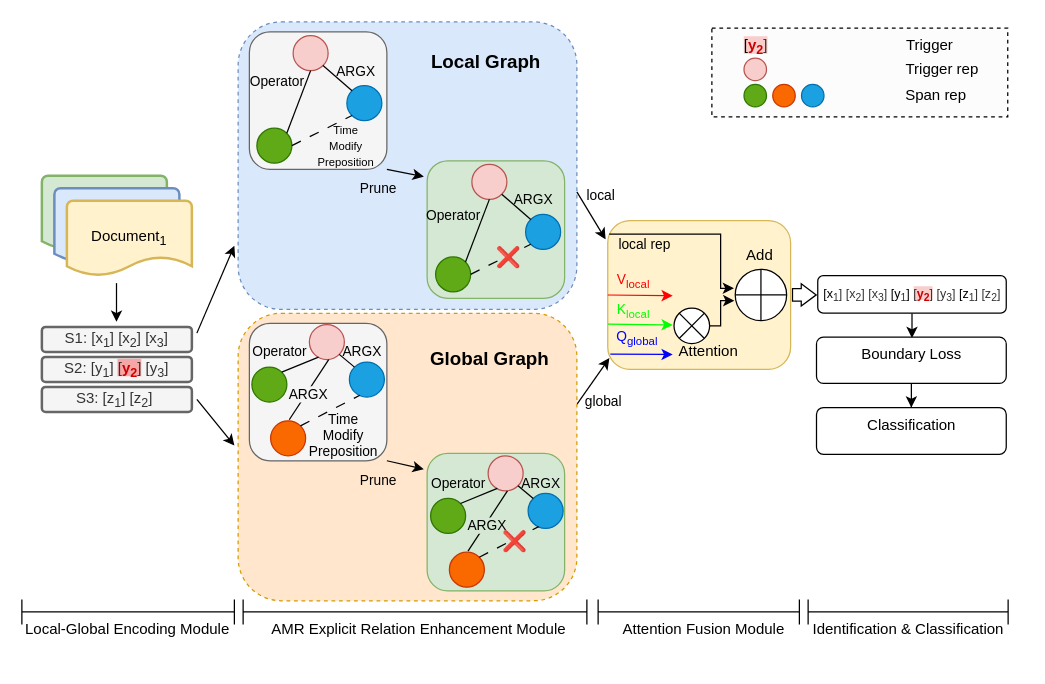
crawlerWPS/drawing keeps this draw.io diagram as model-中文版.drawio. Above is the earlier version. Source tidied: cells renumbered, new cells numbered last; positions are measured from the earlier drawing's top-left corner, leaving out a move shared by most shapes. Both pictures are drawn from the tidied source at 125%, with x=0, y=0 at pixel (21, 21).
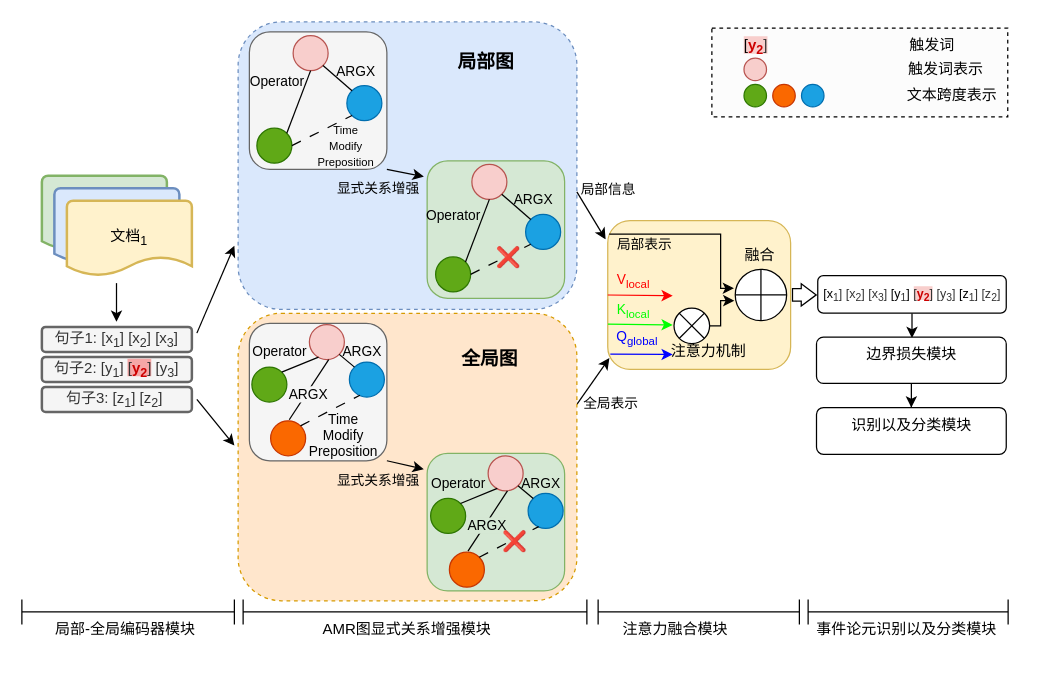
The same page after the edit.

Commit message (it also covers changes not shown here):
更新model-中文版.drawio

The change refers to these unchanged cells:
```xml
<mxCell id="10" style="edgeStyle=none;orthogonalLoop=1;jettySize=auto;html=1;rounded=0;" parent="1" edge="1">
  <mxGeometry relative="1" as="geometry">
    <mxPoint x="444" y="306" as="sourcePoint" />
    <mxPoint x="470" y="269" as="targetPoint" />
  </mxGeometry>
</mxCell>
<mxCell id="12" style="edgeStyle=none;orthogonalLoop=1;jettySize=auto;html=1;rounded=0;" parent="1" edge="1">
  <mxGeometry relative="1" as="geometry">
    <mxPoint x="444" y="136" as="sourcePoint" />
    <mxPoint x="467" y="174" as="targetPoint" />
  </mxGeometry>
</mxCell>
<mxCell id="17" style="edgeStyle=none;jettySize=auto;html=1;rounded=0;entryX=-0.024;entryY=0.115;entryDx=0;entryDy=0;entryPerimeter=0;exitX=1;exitY=1;exitDx=0;exitDy=0;" parent="1" edge="1" source="3" target="16">
  <mxGeometry relative="1" as="geometry" />
</mxCell>
<mxCell id="48" style="endArrow=classic;html=1;rounded=0;edgeStyle=orthogonalEdgeStyle;exitX=0.008;exitY=0.091;exitDx=0;exitDy=0;exitPerimeter=0;" parent="1" edge="1" source="43">
  <mxGeometry relative="1" as="geometry">
    <mxPoint x="569.7" y="213.1" as="targetPoint" />
    <Array as="points">
      <mxPoint x="559" y="170" />
      <mxPoint x="559" y="213" />
    </Array>
  </mxGeometry>
</mxCell>
<mxCell id="71" style="edgeStyle=none;jettySize=auto;html=1;rounded=0;entryX=-0.024;entryY=0.115;entryDx=0;entryDy=0;entryPerimeter=0;exitX=1;exitY=1;exitDx=0;exitDy=0;" parent="1" edge="1" source="69" target="70">
  <mxGeometry relative="1" as="geometry" />
</mxCell>
```

What changed in the source:
```diff
@@
-    <mxCell id="6" value="Document&lt;sub&gt;1&lt;/sub&gt;" style="strokeWidth=2;html=1;shape=mxgraph.flowchart.document2;whiteSpace=wrap;size=0.25;fillColor=#fff2cc;strokeColor=#d6b656;" parent="1" vertex="1">
+    <mxCell id="6" value="文档&lt;sub&gt;1&lt;/sub&gt;" style="strokeWidth=2;html=1;shape=mxgraph.flowchart.document2;whiteSpace=wrap;size=0.25;fillColor=#fff2cc;strokeColor=#d6b656;" parent="1" vertex="1">
       <mxGeometry x="36" y="143" width="100" height="60" as="geometry" />
     </mxCell>
-    <mxCell id="7" value="S1: [x&lt;sub&gt;1&lt;/sub&gt;] [x&lt;sub&gt;2&lt;/sub&gt;] [x&lt;sub&gt;3&lt;/sub&gt;]" style="rounded=1;whiteSpace=wrap;html=1;strokeWidth=2;fillColor=#f5f5f5;fontColor=#333333;strokeColor=#666666;" parent="1" vertex="1">
+    <mxCell id="7" value="句子1: [x&lt;sub&gt;1&lt;/sub&gt;] [x&lt;sub&gt;2&lt;/sub&gt;] [x&lt;sub&gt;3&lt;/sub&gt;]" style="rounded=1;whiteSpace=wrap;html=1;strokeWidth=2;fillColor=#f5f5f5;fontColor=#333333;strokeColor=#666666;" parent="1" vertex="1">
       <mxGeometry x="16" y="244" width="120" height="20" as="geometry" />
     </mxCell>
-    <mxCell id="8" value="S2: [y&lt;sub&gt;1&lt;/sub&gt;] &lt;span style=&quot;background-color: rgb(245, 167, 167);&quot;&gt;[&lt;font style=&quot;&quot; color=&quot;#cc0000&quot;&gt;&lt;b&gt;y&lt;sub&gt;2&lt;/sub&gt;&lt;/b&gt;&lt;/font&gt;]&lt;/span&gt; [y&lt;sub&gt;3&lt;/sub&gt;]" style="rounded=1;whiteSpace=wrap;html=1;strokeWidth=2;fillColor=#f5f5f5;fontColor=#333333;strokeColor=#666666;" parent="1" vertex="1">
+    <mxCell id="8" value="句子2: [y&lt;sub&gt;1&lt;/sub&gt;] &lt;span style=&quot;background-color: rgb(245, 167, 167);&quot;&gt;[&lt;font style=&quot;&quot; color=&quot;#cc0000&quot;&gt;&lt;b&gt;y&lt;sub&gt;2&lt;/sub&gt;&lt;/b&gt;&lt;/font&gt;]&lt;/span&gt; [y&lt;sub&gt;3&lt;/sub&gt;]" style="rounded=1;whiteSpace=wrap;html=1;strokeWidth=2;fillColor=#f5f5f5;fontColor=#333333;strokeColor=#666666;" parent="1" vertex="1">
       <mxGeometry x="16" y="268" width="120" height="20" as="geometry" />
     </mxCell>
-    <mxCell id="9" value="S3: [z&lt;sub&gt;1&lt;/sub&gt;] [z&lt;sub&gt;2&lt;/sub&gt;]&amp;nbsp;" style="rounded=1;whiteSpace=wrap;html=1;strokeWidth=2;fillColor=#f5f5f5;fontColor=#333333;strokeColor=#666666;" parent="1" vertex="1">
+    <mxCell id="9" value="句子3: [z&lt;sub&gt;1&lt;/sub&gt;] [z&lt;sub&gt;2&lt;/sub&gt;]&amp;nbsp;" style="rounded=1;whiteSpace=wrap;html=1;strokeWidth=2;fillColor=#f5f5f5;fontColor=#333333;strokeColor=#666666;" parent="1" vertex="1">
       <mxGeometry x="16" y="292" width="120" height="20" as="geometry" />
     </mxCell>
@@
-    <mxCell id="11" value="global" style="edgeLabel;html=1;align=center;verticalAlign=middle;labelBackgroundColor=none;" parent="10" vertex="1">
+    <mxCell id="11" value="全局表示" style="edgeLabel;html=1;align=center;verticalAlign=middle;labelBackgroundColor=none;" parent="10" vertex="1">
       <mxGeometry x="-0.25" y="2" relative="1" as="geometry">
-        <mxPoint x="12" y="13" as="offset" />
+        <mxPoint x="18" y="14" as="offset" />
       </mxGeometry>
     </mxCell>
@@
-    <mxCell id="13" value="local" style="edgeLabel;html=1;align=center;verticalAlign=middle;labelBackgroundColor=none;" parent="12" vertex="1">
+    <mxCell id="13" value="局部信息" style="edgeLabel;html=1;align=center;verticalAlign=middle;labelBackgroundColor=none;" parent="12" vertex="1">
       <mxGeometry x="-0.24" y="1" relative="1" as="geometry">
-        <mxPoint x="9" y="-12" as="offset" />
+        <mxPoint x="15" y="-17" as="offset" />
       </mxGeometry>
     </mxCell>
@@
-    <mxCell id="18" value="Prune" style="edgeLabel;html=1;align=center;verticalAlign=middle;labelBackgroundColor=#dae8fc;" parent="17" vertex="1">
+    <mxCell id="18" value="显式关系增强" style="edgeLabel;html=1;align=center;verticalAlign=middle;labelBackgroundColor=#dae8fc;" parent="17" vertex="1">
       <mxGeometry x="-0.42" relative="1" as="geometry">
         <mxPoint x="-16" y="13" as="offset" />
       </mxGeometry>
     </mxCell>
@@
-    <mxCell id="31" value="Boundary Loss" style="whiteSpace=wrap;html=1;verticalAlign=top;rounded=1;" parent="1" vertex="1">
+    <mxCell id="31" value="边界损失模块" style="whiteSpace=wrap;html=1;verticalAlign=top;rounded=1;" parent="1" vertex="1">
       <mxGeometry x="635.7" y="252.2" width="151.8" height="37" as="geometry" />
     </mxCell>
-    <mxCell id="32" value="Classification" style="whiteSpace=wrap;html=1;verticalAlign=top;rounded=1;" parent="1" vertex="1">
+    <mxCell id="32" value="识别以及分类模块" style="whiteSpace=wrap;html=1;verticalAlign=top;rounded=1;" parent="1" vertex="1">
       <mxGeometry x="635.7" y="308.5" width="151.8" height="37.5" as="geometry" />
     </mxCell>
@@
-    <mxCell id="35" value="Trigger rep" style="text;html=1;strokeColor=none;fillColor=none;align=center;verticalAlign=middle;whiteSpace=wrap;rounded=0;" parent="1" vertex="1">
-      <mxGeometry x="700.7" y="23" width="71" height="30" as="geometry" />
+    <mxCell id="35" value="触发词表示" style="text;html=1;strokeColor=none;fillColor=none;align=center;verticalAlign=middle;whiteSpace=wrap;rounded=0;" parent="1" vertex="1">
+      <mxGeometry x="703.7" y="23" width="71" height="30" as="geometry" />
     </mxCell>
@@
-    <mxCell id="37" value="Trigger" style="text;html=1;strokeColor=none;fillColor=none;align=center;verticalAlign=middle;whiteSpace=wrap;rounded=0;" parent="1" vertex="1">
-      <mxGeometry x="690.7" y="4" width="71" height="30" as="geometry" />
+    <mxCell id="37" value="触发词" style="text;html=1;strokeColor=none;fillColor=none;align=center;verticalAlign=middle;whiteSpace=wrap;rounded=0;" parent="1" vertex="1">
+      <mxGeometry x="692.7" y="4" width="71" height="30" as="geometry" />
     </mxCell>
@@
-    <mxCell id="41" value="Span rep" style="text;html=1;strokeColor=none;fillColor=none;align=center;verticalAlign=middle;whiteSpace=wrap;rounded=0;" parent="1" vertex="1">
-      <mxGeometry x="691.2" y="47" width="81" height="24" as="geometry" />
+    <mxCell id="41" value="文本跨度表示" style="text;html=1;strokeColor=none;fillColor=none;align=center;verticalAlign=middle;whiteSpace=wrap;rounded=0;" parent="1" vertex="1">
+      <mxGeometry x="703.7" y="47" width="81" height="24" as="geometry" />
     </mxCell>
-    <mxCell id="42" value="&lt;font style=&quot;font-size: 15px;&quot;&gt;&lt;b&gt;Local Graph&lt;/b&gt;&lt;/font&gt;" style="text;html=1;align=center;verticalAlign=middle;strokeColor=none;fillColor=none;" parent="1" vertex="1">
-      <mxGeometry x="316.2" y="16" width="110" height="30" as="geometry" />
+    <mxCell id="42" value="&lt;font style=&quot;font-size: 15px;&quot;&gt;&lt;b&gt;局部图&lt;/b&gt;&lt;/font&gt;" style="text;html=1;align=center;verticalAlign=middle;strokeColor=none;fillColor=none;" parent="1" vertex="1">
+      <mxGeometry x="336.2" y="16" width="70" height="30" as="geometry" />
     </mxCell>
@@
-    <mxCell id="49" value="local rep" style="edgeLabel;html=1;align=center;verticalAlign=middle;labelBackgroundColor=none;" parent="48" vertex="1">
+    <mxCell id="49" value="局部表示" style="edgeLabel;html=1;align=center;verticalAlign=middle;labelBackgroundColor=none;" parent="48" vertex="1">
       <mxGeometry x="-0.43" relative="1" as="geometry">
         <mxPoint x="-13" y="8" as="offset" />
       </mxGeometry>
     </mxCell>
@@
-    <mxCell id="54" value="Attention" style="text;html=1;align=center;verticalAlign=middle;strokeColor=none;fillColor=none;" parent="1" vertex="1">
-      <mxGeometry x="513.7" y="249" width="70" height="30" as="geometry" />
+    <mxCell id="54" value="注意力机制" style="text;html=1;align=center;verticalAlign=middle;strokeColor=none;fillColor=none;" parent="1" vertex="1">
+      <mxGeometry x="508.7" y="249" width="80" height="30" as="geometry" />
     </mxCell>
@@
-    <mxCell id="57" value="Add" style="text;html=1;align=center;verticalAlign=middle;strokeColor=none;fillColor=none;" parent="1" vertex="1">
-      <mxGeometry x="569.7" y="172" width="40" height="30" as="geometry" />
+    <mxCell id="57" value="融合" style="text;html=1;align=center;verticalAlign=middle;strokeColor=none;fillColor=none;" parent="1" vertex="1">
+      <mxGeometry x="564.7" y="172" width="50" height="30" as="geometry" />
     </mxCell>
@@
-    <mxCell id="72" value="Prune" style="edgeLabel;html=1;align=center;verticalAlign=middle;labelBackgroundColor=#ffe6cc;" parent="71" vertex="1">
+    <mxCell id="72" value="显式关系增强" style="edgeLabel;html=1;align=center;verticalAlign=middle;labelBackgroundColor=#ffe6cc;" parent="71" vertex="1">
       <mxGeometry x="-0.42" relative="1" as="geometry">
         <mxPoint x="-16" y="13" as="offset" />
       </mxGeometry>
     </mxCell>
@@
-    <mxCell id="96" value="&lt;b&gt;&lt;font style=&quot;font-size: 15px;&quot;&gt;Global Graph&lt;/font&gt;&lt;/b&gt;" style="text;html=1;align=center;verticalAlign=middle;strokeColor=none;fillColor=none;" parent="1" vertex="1">
-      <mxGeometry x="314.2" y="254.1" width="120" height="30" as="geometry" />
+    <mxCell id="96" value="&lt;span style=&quot;font-size: 15px;&quot;&gt;&lt;b&gt;全局图&lt;/b&gt;&lt;/span&gt;" style="text;html=1;align=center;verticalAlign=middle;strokeColor=none;fillColor=none;" parent="1" vertex="1">
+      <mxGeometry x="339.2" y="254.1" width="70" height="30" as="geometry" />
     </mxCell>
@@
-    <mxCell id="99" value="&lt;span style=&quot;color: rgb(0, 0, 0); font-family: Helvetica; font-style: normal; font-variant-ligatures: normal; font-variant-caps: normal; font-weight: 400; letter-spacing: normal; orphans: 2; text-align: center; text-indent: 0px; text-transform: none; widows: 2; word-spacing: 0px; -webkit-text-stroke-width: 0px; background-color: rgb(255, 255, 255); text-decoration-thickness: initial; text-decoration-style: initial; text-decoration-color: initial; float: none; display: inline !important;&quot;&gt;&lt;font style=&quot;font-size: 12px;&quot;&gt;AMR Explicit Relation Enhancement Module&lt;/font&gt;&lt;/span&gt;" style="text;whiteSpace=wrap;html=1;" parent="1" vertex="1">
-      <mxGeometry x="198" y="472" width="260" height="40" as="geometry" />
+    <mxCell id="99" value="&lt;span style=&quot;color: rgb(0, 0, 0); font-family: Helvetica; font-style: normal; font-variant-ligatures: normal; font-variant-caps: normal; font-weight: 400; letter-spacing: normal; orphans: 2; text-align: center; text-indent: 0px; text-transform: none; widows: 2; word-spacing: 0px; -webkit-text-stroke-width: 0px; background-color: rgb(255, 255, 255); text-decoration-thickness: initial; text-decoration-style: initial; text-decoration-color: initial; float: none; display: inline !important;&quot;&gt;&lt;font style=&quot;font-size: 12px;&quot;&gt;AMR图显式关系增强模块&lt;/font&gt;&lt;/span&gt;" style="text;whiteSpace=wrap;html=1;" parent="1" vertex="1">
+      <mxGeometry x="239" y="472" width="145" height="40" as="geometry" />
     </mxCell>
-    <mxCell id="100" value="&lt;div style=&quot;text-align: center;&quot;&gt;&lt;span style=&quot;background-color: rgb(255, 255, 255);&quot;&gt;Local-Global Encoding Module&lt;/span&gt;&lt;/div&gt;" style="text;whiteSpace=wrap;html=1;" parent="1" vertex="1">
-      <mxGeometry x="1" y="472" width="170" height="40" as="geometry" />
+    <mxCell id="100" value="&lt;div style=&quot;text-align: center;&quot;&gt;&lt;span style=&quot;background-color: rgb(255, 255, 255);&quot;&gt;局部-全局编码器模块&lt;/span&gt;&lt;/div&gt;" style="text;whiteSpace=wrap;html=1;" parent="1" vertex="1">
+      <mxGeometry x="25" y="472" width="170" height="40" as="geometry" />
     </mxCell>
@@
-    <mxCell id="102" value="&lt;span style=&quot;color: rgb(0, 0, 0); font-family: Helvetica; font-style: normal; font-variant-ligatures: normal; font-variant-caps: normal; font-weight: 400; letter-spacing: normal; orphans: 2; text-align: center; text-indent: 0px; text-transform: none; widows: 2; word-spacing: 0px; -webkit-text-stroke-width: 0px; background-color: rgb(255, 255, 255); text-decoration-thickness: initial; text-decoration-style: initial; text-decoration-color: initial; float: none; display: inline !important;&quot;&gt;&lt;font style=&quot;font-size: 12px;&quot;&gt;Attention Fusion Module&lt;/font&gt;&lt;/span&gt;" style="text;whiteSpace=wrap;html=1;" parent="1" vertex="1">
+    <mxCell id="102" value="&lt;span style=&quot;color: rgb(0, 0, 0); font-family: Helvetica; font-style: normal; font-variant-ligatures: normal; font-variant-caps: normal; font-weight: 400; letter-spacing: normal; orphans: 2; text-align: center; text-indent: 0px; text-transform: none; widows: 2; word-spacing: 0px; -webkit-text-stroke-width: 0px; background-color: rgb(255, 255, 255); text-decoration-thickness: initial; text-decoration-style: initial; text-decoration-color: initial; float: none; display: inline !important;&quot;&gt;&lt;font style=&quot;font-size: 12px;&quot;&gt;注意力融合模块&lt;/font&gt;&lt;/span&gt;" style="text;whiteSpace=wrap;html=1;" parent="1" vertex="1">
       <mxGeometry x="479" y="472" width="137" height="40" as="geometry" />
     </mxCell>
@@
-    <mxCell id="104" value="Identification &amp;amp; Classification" style="text;whiteSpace=wrap;html=1;" parent="1" vertex="1">
-      <mxGeometry x="631" y="472" width="170" height="40" as="geometry" />
+    <mxCell id="104" value="事件论元识别以及分类模块" style="text;whiteSpace=wrap;html=1;" parent="1" vertex="1">
+      <mxGeometry x="634" y="472" width="153" height="40" as="geometry" />
     </mxCell>
```
